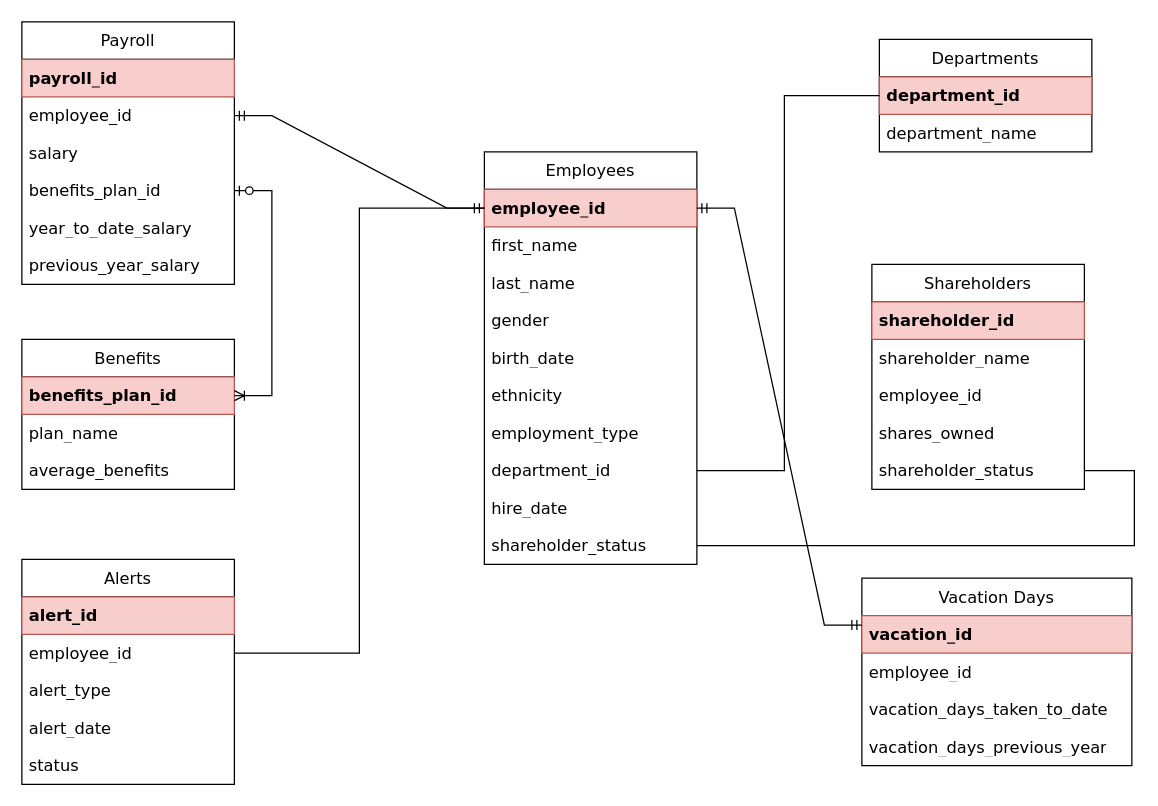
Earlier version of the draw.io diagram page "THHT_Part2" (2 of 2) of TichHopHeThong.drawio (danghoan03/danghoan03). Source tidied: cells renumbered, new cells numbered last; positions are measured from the earlier drawing's top-left corner, leaving out a move shared by most shapes. Both pictures are drawn from the tidied source at 125%, with x=0, y=0 at pixel (21, 21).
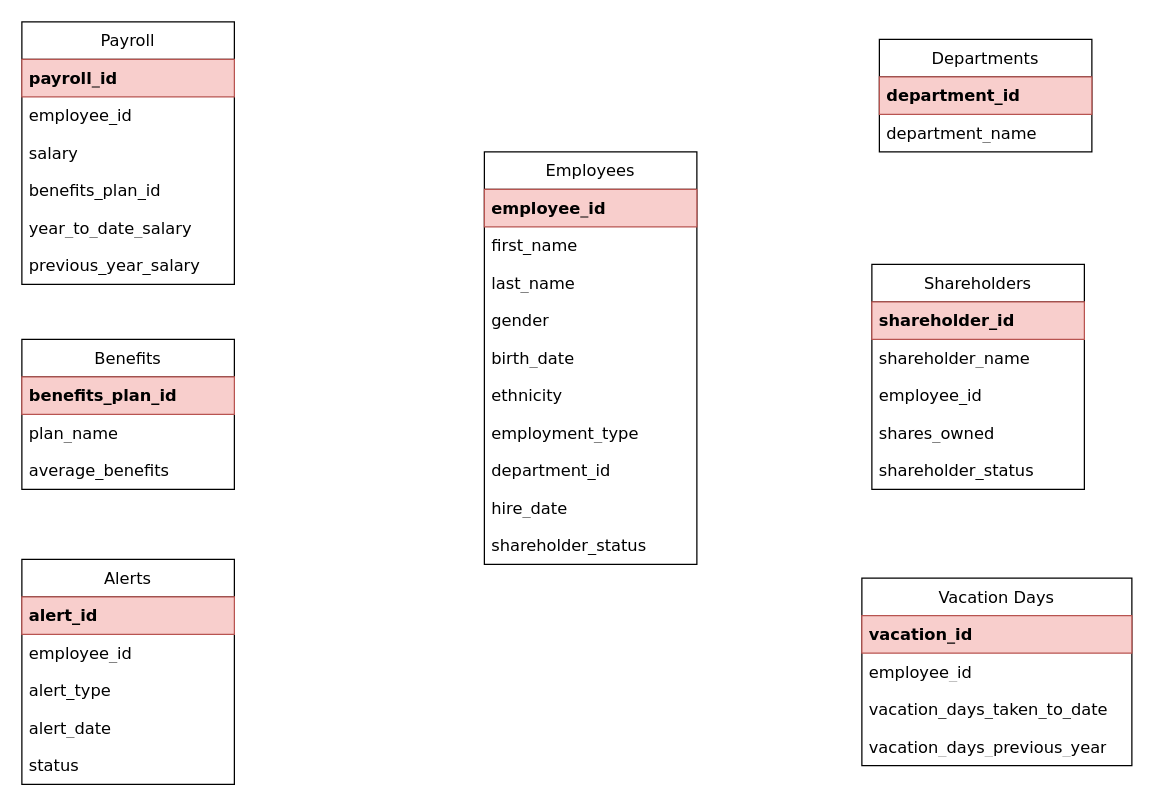
The same diagram, later.

The change refers to these unchanged cells:
```xml
<mxCell id="3" value="employee_id" style="text;strokeColor=#b85450;fillColor=#f8cecc;align=left;verticalAlign=middle;spacingLeft=4;spacingRight=4;overflow=hidden;points=[[0,0.5],[1,0.5]];portConstraint=eastwest;whiteSpace=wrap;html=1;fontSize=13;fontStyle=1;fontFamily=Verdana;" parent="2" vertex="1">
  <mxGeometry y="30" width="170" height="30" as="geometry" />
</mxCell>
<mxCell id="10" value="department_id" style="text;strokeColor=none;fillColor=none;align=left;verticalAlign=middle;spacingLeft=4;spacingRight=4;overflow=hidden;points=[[0,0.5],[1,0.5]];portConstraint=eastwest;whiteSpace=wrap;html=1;fontSize=13;fontFamily=Verdana;" parent="2" vertex="1">
  <mxGeometry y="240" width="170" height="30" as="geometry" />
</mxCell>
<mxCell id="12" value="shareholder_status" style="text;strokeColor=none;fillColor=none;align=left;verticalAlign=middle;spacingLeft=4;spacingRight=4;overflow=hidden;points=[[0,0.5],[1,0.5]];portConstraint=eastwest;whiteSpace=wrap;html=1;fontSize=13;fontFamily=Verdana;" parent="2" vertex="1">
  <mxGeometry y="300" width="170" height="30" as="geometry" />
</mxCell>
<mxCell id="13" value="Departments" style="swimlane;fontStyle=0;horizontal=1;startSize=30;whiteSpace=wrap;html=1;fontSize=13;fontFamily=Verdana;" parent="1" vertex="1">
  <mxGeometry x="686" y="14" width="170" height="90" as="geometry" />
</mxCell>
<mxCell id="18" value="employee_id" style="text;strokeColor=none;fillColor=none;align=left;verticalAlign=middle;spacingLeft=4;spacingRight=4;overflow=hidden;points=[[0,0.5],[1,0.5]];portConstraint=eastwest;whiteSpace=wrap;html=1;fontSize=13;fontFamily=Verdana;" parent="16" vertex="1">
  <mxGeometry y="60" width="170" height="30" as="geometry" />
</mxCell>
<mxCell id="20" value="benefits_plan_id" style="text;strokeColor=none;fillColor=none;align=left;verticalAlign=middle;spacingLeft=4;spacingRight=4;overflow=hidden;points=[[0,0.5],[1,0.5]];portConstraint=eastwest;whiteSpace=wrap;html=1;fontSize=13;fontFamily=Verdana;" parent="16" vertex="1">
  <mxGeometry y="120" width="170" height="30" as="geometry" />
</mxCell>
<mxCell id="24" value="benefits_plan_id" style="text;strokeColor=#b85450;fillColor=#f8cecc;align=left;verticalAlign=middle;spacingLeft=4;spacingRight=4;overflow=hidden;points=[[0,0.5],[1,0.5]];portConstraint=eastwest;whiteSpace=wrap;html=1;fontSize=13;fontStyle=1;fontFamily=Verdana;" parent="23" vertex="1">
  <mxGeometry y="30" width="170" height="30" as="geometry" />
</mxCell>
<mxCell id="27" value="Vacation Days" style="swimlane;fontStyle=0;horizontal=1;startSize=30;whiteSpace=wrap;html=1;fontSize=13;fontFamily=Verdana;" parent="1" vertex="1">
  <mxGeometry x="672" y="445" width="216" height="150" as="geometry" />
</mxCell>
<mxCell id="37" value="shareholder_status" style="text;strokeColor=none;fillColor=none;align=left;verticalAlign=middle;spacingLeft=4;spacingRight=4;overflow=hidden;points=[[0,0.5],[1,0.5]];portConstraint=eastwest;whiteSpace=wrap;html=1;fontSize=13;fontFamily=Verdana;" parent="32" vertex="1">
  <mxGeometry y="150" width="170" height="30" as="geometry" />
</mxCell>
<mxCell id="40" value="employee_id" style="text;strokeColor=none;fillColor=none;align=left;verticalAlign=middle;spacingLeft=4;spacingRight=4;overflow=hidden;points=[[0,0.5],[1,0.5]];portConstraint=eastwest;whiteSpace=wrap;html=1;fontSize=13;fontFamily=Verdana;" parent="38" vertex="1">
  <mxGeometry y="60" width="170" height="30" as="geometry" />
</mxCell>
```

The edit, as a diff of the source:
```diff
@@
-    <mxCell id="44" style="edgeStyle=entityRelationEdgeStyle;fontSize=12;html=1;endArrow=ERmandOne;startArrow=ERmandOne;rounded=0;exitX=1;exitY=0.5;exitDx=0;exitDy=0;entryX=0;entryY=0.5;entryDx=0;entryDy=0;" parent="1" edge="1" source="18" target="3">
-      <mxGeometry relative="1" as="geometry">
-        <Array as="points">
-          <mxPoint x="200" y="204" />
-          <mxPoint x="220" y="204" />
-          <mxPoint x="370" y="154" />
-        </Array>
-      </mxGeometry>
-    </mxCell>
-    <mxCell id="45" style="edgeStyle=entityRelationEdgeStyle;fontSize=12;html=1;endArrow=ERmandOne;startArrow=ERmandOne;rounded=0;entryX=1;entryY=0.5;entryDx=0;entryDy=0;exitX=0;exitY=0.25;exitDx=0;exitDy=0;" parent="1" edge="1" source="27" target="3">
-      <mxGeometry relative="1" as="geometry">
-        <Array as="points">
-          <mxPoint x="670" y="504" />
-          <mxPoint x="210" y="214" />
-          <mxPoint x="230" y="214" />
-          <mxPoint x="380" y="164" />
-        </Array>
-      </mxGeometry>
-    </mxCell>
-    <mxCell id="46" style="edgeStyle=entityRelationEdgeStyle;fontSize=12;html=1;endArrow=ERoneToMany;startArrow=ERzeroToOne;rounded=0;exitX=1;exitY=0.5;exitDx=0;exitDy=0;entryX=1;entryY=0.5;entryDx=0;entryDy=0;" parent="1" edge="1" source="20" target="24">
-      <mxGeometry relative="1" as="geometry" />
-    </mxCell>
-    <mxCell id="47" style="endArrow=none;html=1;rounded=0;entryX=0;entryY=0.5;entryDx=0;entryDy=0;exitX=1;exitY=0.5;exitDx=0;exitDy=0;" parent="1" edge="1" source="10" target="13">
-      <mxGeometry relative="1" as="geometry">
-        <Array as="points">
-          <mxPoint x="610" y="359" />
-          <mxPoint x="610" y="59" />
-        </Array>
-      </mxGeometry>
-    </mxCell>
-    <mxCell id="48" style="endArrow=none;html=1;rounded=0;exitX=1;exitY=0.5;exitDx=0;exitDy=0;entryX=0;entryY=0.5;entryDx=0;entryDy=0;" parent="1" edge="1" source="40" target="3">
-      <mxGeometry relative="1" as="geometry">
-        <Array as="points">
-          <mxPoint x="270" y="505" />
-          <mxPoint x="270" y="149" />
-        </Array>
-      </mxGeometry>
-    </mxCell>
-    <mxCell id="49" style="endArrow=none;html=1;rounded=0;exitX=1;exitY=0.5;exitDx=0;exitDy=0;entryX=1;entryY=0.5;entryDx=0;entryDy=0;" parent="1" edge="1" source="12" target="37">
-      <mxGeometry relative="1" as="geometry">
-        <Array as="points">
-          <mxPoint x="890" y="419" />
-          <mxPoint x="890" y="359" />
-        </Array>
-      </mxGeometry>
-    </mxCell>
```
